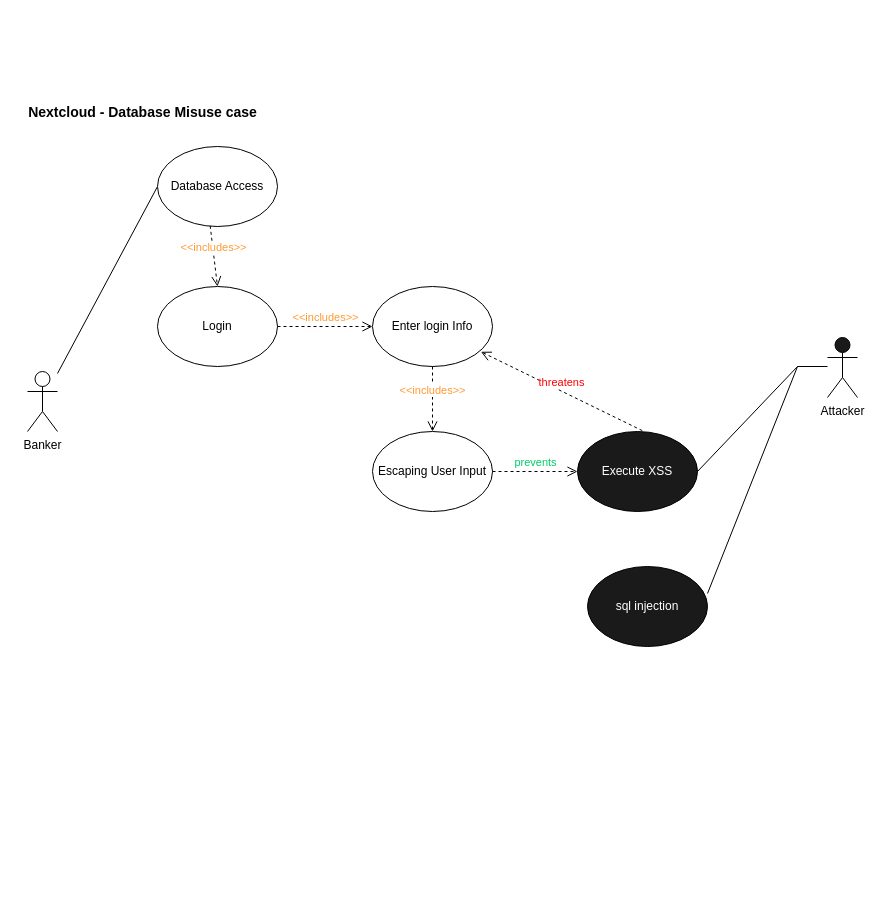
Earlier version of the draw.io diagram Software Security Engineering/Use-Misuse Case - Database.drawio (Hinrichsta/FA23-Cyber8420). Source tidied: cells renumbered, new cells numbered last; positions are measured from the earlier drawing's top-left corner, leaving out a move shared by most shapes. Both pictures are drawn from the tidied source at 100%, with x=0, y=0 at pixel (17, 97).
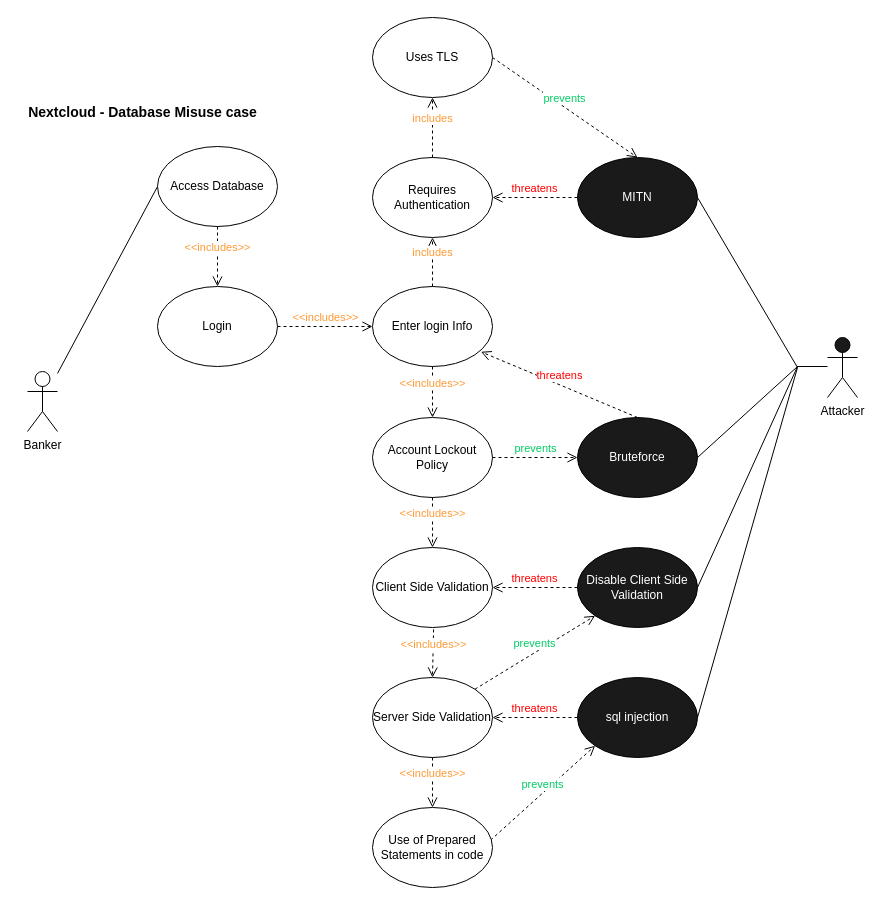
After the change.

Commit message (it also covers changes not shown here):
Use-Misuse Case - Database v2

The change refers to these unchanged cells:
```xml
<mxCell id="7" value="Login" style="ellipse;whiteSpace=wrap;html=1;fillColor=#FFFFFF;" parent="1" vertex="1">
  <mxGeometry x="140" y="189" width="120" height="80" as="geometry" />
</mxCell>
<mxCell id="9" value="Enter login Info" style="ellipse;whiteSpace=wrap;html=1;fillColor=#FFFFFF;" parent="1" vertex="1">
  <mxGeometry x="355" y="189" width="120" height="80" as="geometry" />
</mxCell>
```

The edit, as a diff of the source:
```diff
@@
-    <mxCell id="4" value="Database Access" style="ellipse;whiteSpace=wrap;html=1;fillColor=#FFFFFF;" parent="1" vertex="1">
+    <mxCell id="4" value="Access Database" style="ellipse;whiteSpace=wrap;html=1;fillColor=#FFFFFF;" parent="1" vertex="1">
       <mxGeometry x="140" y="49" width="120" height="80" as="geometry" />
     </mxCell>
@@
-    <mxCell id="6" value="sql injection" style="ellipse;whiteSpace=wrap;html=1;fillColor=#1A1A1A;fontColor=#FFFFFF;" parent="1" vertex="1">
-      <mxGeometry x="570" y="469" width="120" height="80" as="geometry" />
+    <mxCell id="6" value="Disable Client Side Validation" style="ellipse;whiteSpace=wrap;html=1;fillColor=#1A1A1A;fontColor=#FFFFFF;" parent="1" vertex="1">
+      <mxGeometry x="560" y="450" width="120" height="80" as="geometry" />
     </mxCell>
@@
-    <mxCell id="8" value="&amp;lt;&amp;lt;includes&amp;gt;&amp;gt;" style="html=1;verticalAlign=bottom;endArrow=open;dashed=1;endSize=8;curved=0;rounded=0;exitX=0.439;exitY=0.992;exitDx=0;exitDy=0;exitPerimeter=0;entryX=0.5;entryY=0;entryDx=0;entryDy=0;fontColor=#FF9933;" parent="1" edge="1" source="4" target="7">
+    <mxCell id="8" value="&amp;lt;&amp;lt;includes&amp;gt;&amp;gt;" style="html=1;verticalAlign=bottom;endArrow=open;dashed=1;endSize=8;curved=0;rounded=0;exitX=0.5;exitY=1;exitDx=0;exitDy=0;entryX=0.5;entryY=0;entryDx=0;entryDy=0;fontColor=#FF9933;" parent="1" edge="1" source="4" target="7">
       <mxGeometry relative="1" as="geometry" />
     </mxCell>
@@
-    <mxCell id="11" value="Escaping User Input" style="ellipse;whiteSpace=wrap;html=1;fillColor=#FFFFFF;" parent="1" vertex="1">
-      <mxGeometry x="355" y="334" width="120" height="80" as="geometry" />
+    <mxCell id="11" value="Account Lockout Policy" style="ellipse;whiteSpace=wrap;html=1;fillColor=#FFFFFF;" parent="1" vertex="1">
+      <mxGeometry x="355" y="320" width="120" height="80" as="geometry" />
     </mxCell>
@@
-    <mxCell id="13" value="Execute XSS" style="ellipse;whiteSpace=wrap;html=1;fillColor=#1A1A1A;fontColor=#FFFFFF;" parent="1" vertex="1">
-      <mxGeometry x="560" y="334" width="120" height="80" as="geometry" />
+    <mxCell id="13" value="Bruteforce" style="ellipse;whiteSpace=wrap;html=1;fillColor=#1A1A1A;fontColor=#FFFFFF;" parent="1" vertex="1">
+      <mxGeometry x="560" y="320" width="120" height="80" as="geometry" />
     </mxCell>
@@
-    <mxCell id="15" value="threatens" style="html=1;verticalAlign=bottom;endArrow=open;dashed=1;endSize=8;curved=0;rounded=0;exitX=0.54;exitY=-0.011;exitDx=0;exitDy=0;entryX=0.904;entryY=0.816;entryDx=0;entryDy=0;fontColor=#FF0000;fontStyle=0;entryPerimeter=0;exitPerimeter=0;" parent="1" edge="1" source="13" target="9">
+    <mxCell id="15" value="threatens" style="html=1;verticalAlign=bottom;endArrow=open;dashed=1;endSize=8;curved=0;rounded=0;exitX=0.5;exitY=0;exitDx=0;exitDy=0;entryX=0.904;entryY=0.816;entryDx=0;entryDy=0;fontColor=#FF0000;fontStyle=0;entryPerimeter=0;" parent="1" edge="1" source="13" target="9">
       <mxGeometry relative="1" as="geometry" />
     </mxCell>
-    <mxCell id="16" style="endArrow=none;html=1;" parent="1" edge="1">
+    <mxCell id="16" style="endArrow=none;html=1;exitX=1;exitY=0.5;exitDx=0;exitDy=0;" parent="1" edge="1" source="6">
       <mxGeometry relative="1" as="geometry">
-        <mxPoint x="690" y="496" as="sourcePoint" />
         <mxPoint x="780" y="269" as="targetPoint" />
       </mxGeometry>
     </mxCell>
@@
+    <mxCell id="20" value="Client Side Validation" style="ellipse;whiteSpace=wrap;html=1;fillColor=#FFFFFF;" parent="1" vertex="1">
+      <mxGeometry x="355" y="450" width="120" height="80" as="geometry" />
+    </mxCell>
+    <mxCell id="21" value="&amp;lt;&amp;lt;includes&amp;gt;&amp;gt;" style="html=1;verticalAlign=bottom;endArrow=open;dashed=1;endSize=8;curved=0;rounded=0;exitX=0.5;exitY=1;exitDx=0;exitDy=0;entryX=0.5;entryY=0;entryDx=0;entryDy=0;fontColor=#FF9933;fontStyle=0;" parent="1" edge="1" source="11" target="20">
+      <mxGeometry relative="1" as="geometry" />
+    </mxCell>
+    <mxCell id="22" value="sql injection" style="ellipse;whiteSpace=wrap;html=1;fillColor=#1A1A1A;fontColor=#FFFFFF;" parent="1" vertex="1">
+      <mxGeometry x="560" y="580" width="120" height="80" as="geometry" />
+    </mxCell>
+    <mxCell id="23" value="Server Side Validation" style="ellipse;whiteSpace=wrap;html=1;fillColor=#FFFFFF;" parent="1" vertex="1">
+      <mxGeometry x="355" y="580" width="120" height="80" as="geometry" />
+    </mxCell>
+    <mxCell id="24" value="&amp;lt;&amp;lt;includes&amp;gt;&amp;gt;" style="html=1;verticalAlign=bottom;endArrow=open;dashed=1;endSize=8;curved=0;rounded=0;entryX=0.5;entryY=0;entryDx=0;entryDy=0;fontColor=#FF9933;fontStyle=0;exitX=0.509;exitY=1.024;exitDx=0;exitDy=0;exitPerimeter=0;" parent="1" edge="1" source="20" target="23">
+      <mxGeometry relative="1" as="geometry" />
+    </mxCell>
+    <mxCell id="25" value="prevents" style="html=1;verticalAlign=bottom;endArrow=open;dashed=1;endSize=8;curved=0;rounded=0;fontColor=#00CC66;fontStyle=0;entryX=0;entryY=1;entryDx=0;entryDy=0;exitX=0.984;exitY=0.408;exitDx=0;exitDy=0;exitPerimeter=0;" parent="1" edge="1" source="32" target="22">
+      <mxGeometry relative="1" as="geometry" />
+    </mxCell>
+    <mxCell id="26" style="endArrow=none;html=1;exitX=1;exitY=0.5;exitDx=0;exitDy=0;" parent="1" edge="1" source="22">
+      <mxGeometry relative="1" as="geometry">
+        <mxPoint x="780" y="270" as="targetPoint" />
+      </mxGeometry>
+    </mxCell>
+    <mxCell id="27" value="MITN" style="ellipse;whiteSpace=wrap;html=1;fillColor=#1A1A1A;fontColor=#FFFFFF;" parent="1" vertex="1">
+      <mxGeometry x="560" y="60" width="120" height="80" as="geometry" />
+    </mxCell>
+    <mxCell id="28" value="prevents" style="html=1;verticalAlign=bottom;endArrow=open;dashed=1;endSize=8;curved=0;rounded=0;exitX=1;exitY=0.5;exitDx=0;exitDy=0;entryX=0.5;entryY=0;entryDx=0;entryDy=0;fontColor=#00CC66;fontStyle=0;" parent="1" edge="1" source="34" target="27">
+      <mxGeometry relative="1" as="geometry" />
+    </mxCell>
+    <mxCell id="29" value="threatens" style="html=1;verticalAlign=bottom;endArrow=open;dashed=1;endSize=8;curved=0;rounded=0;exitX=0;exitY=0.5;exitDx=0;exitDy=0;entryX=1;entryY=0.5;entryDx=0;entryDy=0;fontColor=#FF0000;fontStyle=0;" parent="1" edge="1" source="27" target="31">
+      <mxGeometry relative="1" as="geometry" />
+    </mxCell>
+    <mxCell id="30" style="endArrow=none;html=1;exitX=1;exitY=0.5;exitDx=0;exitDy=0;" parent="1" edge="1" source="27">
+      <mxGeometry relative="1" as="geometry">
+        <mxPoint x="780" y="270" as="targetPoint" />
+      </mxGeometry>
+    </mxCell>
+    <mxCell id="31" value="Requires Authentication" style="ellipse;whiteSpace=wrap;html=1;fillColor=#FFFFFF;" parent="1" vertex="1">
+      <mxGeometry x="355" y="60" width="120" height="80" as="geometry" />
+    </mxCell>
+    <mxCell id="32" value="Use of Prepared Statements in code" style="ellipse;whiteSpace=wrap;html=1;fillColor=#FFFFFF;" parent="1" vertex="1">
+      <mxGeometry x="355" y="710" width="120" height="80" as="geometry" />
+    </mxCell>
+    <mxCell id="33" value="includes" style="html=1;verticalAlign=bottom;endArrow=open;dashed=1;endSize=8;curved=0;rounded=0;exitX=0.5;exitY=0;exitDx=0;exitDy=0;entryX=0.5;entryY=1;entryDx=0;entryDy=0;fontColor=#FF9933;fontStyle=0;" parent="1" edge="1" source="9" target="31">
+      <mxGeometry relative="1" as="geometry" />
+    </mxCell>
+    <mxCell id="34" value="Uses TLS" style="ellipse;whiteSpace=wrap;html=1;fillColor=#FFFFFF;" parent="1" vertex="1">
+      <mxGeometry x="355" y="-80" width="120" height="80" as="geometry" />
+    </mxCell>
+    <mxCell id="35" value="includes" style="html=1;verticalAlign=bottom;endArrow=open;dashed=1;endSize=8;curved=0;rounded=0;exitX=0.5;exitY=0;exitDx=0;exitDy=0;entryX=0.5;entryY=1;entryDx=0;entryDy=0;fontColor=#FF9933;fontStyle=0;" parent="1" edge="1" source="31" target="34">
+      <mxGeometry relative="1" as="geometry" />
+    </mxCell>
+    <mxCell id="36" value="threatens" style="html=1;verticalAlign=bottom;endArrow=open;dashed=1;endSize=8;curved=0;rounded=0;exitX=0;exitY=0.5;exitDx=0;exitDy=0;entryX=1;entryY=0.5;entryDx=0;entryDy=0;fontColor=#FF0000;fontStyle=0;" parent="1" edge="1" source="6" target="20">
+      <mxGeometry relative="1" as="geometry" />
+    </mxCell>
+    <mxCell id="37" value="threatens" style="html=1;verticalAlign=bottom;endArrow=open;dashed=1;endSize=8;curved=0;rounded=0;exitX=0;exitY=0.5;exitDx=0;exitDy=0;entryX=1;entryY=0.5;entryDx=0;entryDy=0;fontColor=#FF0000;fontStyle=0;" parent="1" edge="1" source="22" target="23">
+      <mxGeometry relative="1" as="geometry" />
+    </mxCell>
+    <mxCell id="38" value="&amp;lt;&amp;lt;includes&amp;gt;&amp;gt;" style="html=1;verticalAlign=bottom;endArrow=open;dashed=1;endSize=8;curved=0;rounded=0;entryX=0.5;entryY=0;entryDx=0;entryDy=0;fontColor=#FF9933;fontStyle=0;exitX=0.5;exitY=1;exitDx=0;exitDy=0;" parent="1" edge="1" source="23" target="32">
+      <mxGeometry relative="1" as="geometry" />
+    </mxCell>
+    <mxCell id="39" value="prevents" style="html=1;verticalAlign=bottom;endArrow=open;dashed=1;endSize=8;curved=0;rounded=0;fontColor=#00CC66;fontStyle=0;entryX=0;entryY=1;entryDx=0;entryDy=0;exitX=1;exitY=0;exitDx=0;exitDy=0;" parent="1" edge="1" source="23" target="6">
+      <mxGeometry relative="1" as="geometry" />
+    </mxCell>
```
